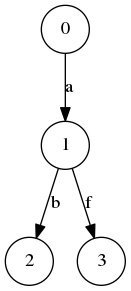
Above: states.png in dvberkel/bergen (Graphviz), before the change. Its source is kept beside it as states.dot.
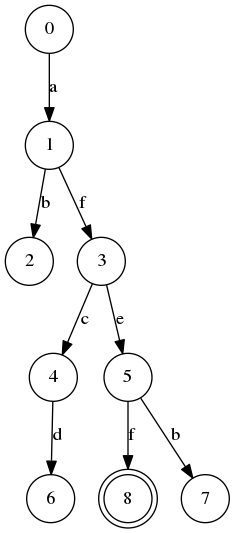
The same file after the commit.

Commit message:
Create a double circle

What changed in the source:
```diff
@@ -1,6 +1,12 @@
 digraph {
   node [shape=circle];
+  8 [shape=doublecircle];
   0 -> 1 [label="a"];
   1 -> 2 [label="b"];
   1 -> 3 [label="f"];
+  3 -> 4 [label="c"];
+  3 -> 5 [label="e"];
+  4 -> 6 [label="d"];
+  5 -> 7 [label="b"];
+  5 -> 8 [label="f"];
 }
```
